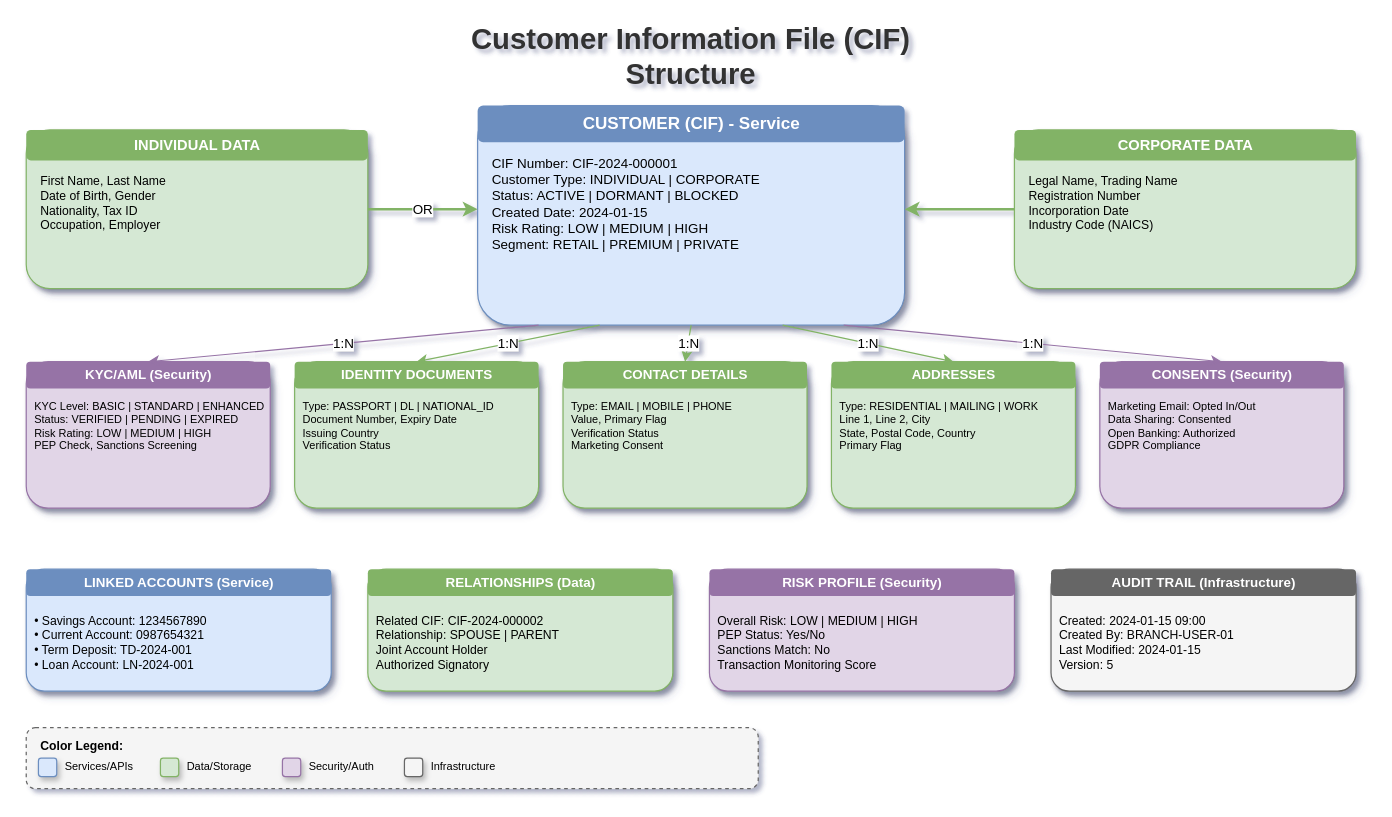
Earlier version of the draw.io diagram lesson-03-customer-management/03.0-customer-information-file.drawio (MrParkerZ7/document-lesson-core-banking-business-system-technology-x-claude). Source tidied: cells renumbered, new cells numbered last; positions are measured from the earlier drawing's top-left corner, leaving out a move shared by most shapes. Both pictures are drawn from the tidied source at 122%, with x=0, y=0 at pixel (26, 32).
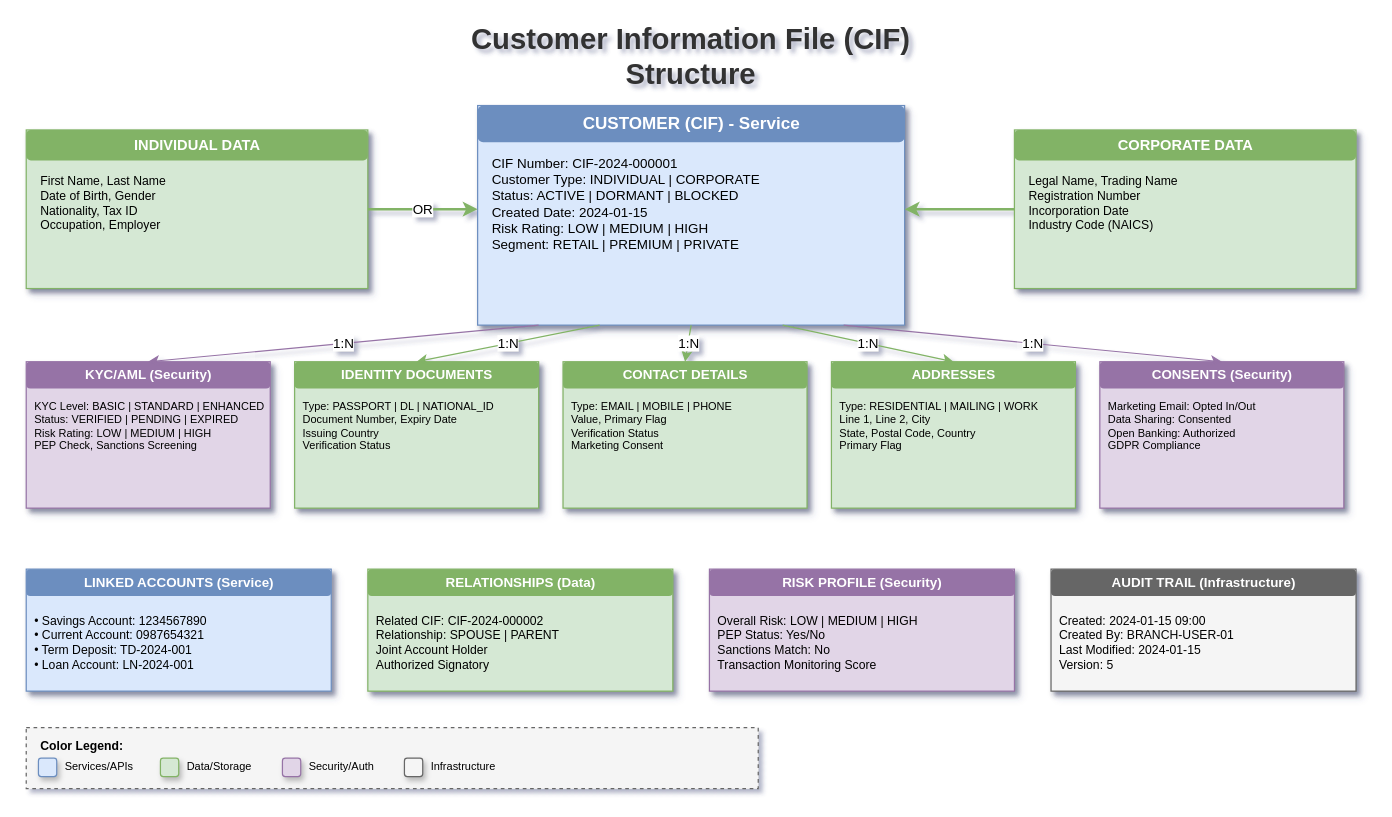
After the change.

The edit, as a diff of the source:
```diff
@@
-    <mxCell id="3" style="rounded=1;whiteSpace=wrap;html=1;fillColor=#dae8fc;strokeColor=#6c8ebf;shadow=1;" parent="1" vertex="1">
+    <mxCell id="3" style="rounded=0;whiteSpace=wrap;html=1;fillColor=#dae8fc;strokeColor=#6c8ebf;shadow=1;" parent="1" vertex="1">
       <mxGeometry x="370" y="60" width="350" height="180" as="geometry" />
     </mxCell>
@@
-    <mxCell id="6" style="rounded=1;whiteSpace=wrap;html=1;fillColor=#d5e8d4;strokeColor=#82b366;shadow=1;" parent="1" vertex="1">
+    <mxCell id="6" style="rounded=0;whiteSpace=wrap;html=1;fillColor=#d5e8d4;strokeColor=#82b366;shadow=1;" parent="1" vertex="1">
       <mxGeometry y="80" width="280" height="130" as="geometry" />
     </mxCell>
@@
-    <mxCell id="9" style="rounded=1;whiteSpace=wrap;html=1;fillColor=#d5e8d4;strokeColor=#82b366;shadow=1;" parent="1" vertex="1">
+    <mxCell id="9" style="rounded=0;whiteSpace=wrap;html=1;fillColor=#d5e8d4;strokeColor=#82b366;shadow=1;" parent="1" vertex="1">
       <mxGeometry x="810" y="80" width="280" height="130" as="geometry" />
     </mxCell>
@@
-    <mxCell id="14" style="rounded=1;whiteSpace=wrap;html=1;fillColor=#e1d5e7;strokeColor=#9673a6;shadow=1;" parent="1" vertex="1">
+    <mxCell id="14" style="rounded=0;whiteSpace=wrap;html=1;fillColor=#e1d5e7;strokeColor=#9673a6;shadow=1;" parent="1" vertex="1">
       <mxGeometry y="270" width="200" height="120" as="geometry" />
     </mxCell>
@@
-    <mxCell id="17" style="rounded=1;whiteSpace=wrap;html=1;fillColor=#d5e8d4;strokeColor=#82b366;shadow=1;" parent="1" vertex="1">
+    <mxCell id="17" style="rounded=0;whiteSpace=wrap;html=1;fillColor=#d5e8d4;strokeColor=#82b366;shadow=1;" parent="1" vertex="1">
       <mxGeometry x="220" y="270" width="200" height="120" as="geometry" />
     </mxCell>
@@
-    <mxCell id="20" style="rounded=1;whiteSpace=wrap;html=1;fillColor=#d5e8d4;strokeColor=#82b366;shadow=1;" parent="1" vertex="1">
+    <mxCell id="20" style="rounded=0;whiteSpace=wrap;html=1;fillColor=#d5e8d4;strokeColor=#82b366;shadow=1;" parent="1" vertex="1">
       <mxGeometry x="440" y="270" width="200" height="120" as="geometry" />
     </mxCell>
@@
-    <mxCell id="23" style="rounded=1;whiteSpace=wrap;html=1;fillColor=#d5e8d4;strokeColor=#82b366;shadow=1;" parent="1" vertex="1">
+    <mxCell id="23" style="rounded=0;whiteSpace=wrap;html=1;fillColor=#d5e8d4;strokeColor=#82b366;shadow=1;" parent="1" vertex="1">
       <mxGeometry x="660" y="270" width="200" height="120" as="geometry" />
     </mxCell>
@@
-    <mxCell id="26" style="rounded=1;whiteSpace=wrap;html=1;fillColor=#e1d5e7;strokeColor=#9673a6;shadow=1;" parent="1" vertex="1">
+    <mxCell id="26" style="rounded=0;whiteSpace=wrap;html=1;fillColor=#e1d5e7;strokeColor=#9673a6;shadow=1;" parent="1" vertex="1">
       <mxGeometry x="880" y="270" width="200" height="120" as="geometry" />
     </mxCell>
@@
-    <mxCell id="34" style="rounded=1;whiteSpace=wrap;html=1;fillColor=#dae8fc;strokeColor=#6c8ebf;shadow=1;" parent="1" vertex="1">
+    <mxCell id="34" style="rounded=0;whiteSpace=wrap;html=1;fillColor=#dae8fc;strokeColor=#6c8ebf;shadow=1;" parent="1" vertex="1">
       <mxGeometry y="440" width="250" height="100" as="geometry" />
     </mxCell>
@@
-    <mxCell id="37" style="rounded=1;whiteSpace=wrap;html=1;fillColor=#d5e8d4;strokeColor=#82b366;shadow=1;" parent="1" vertex="1">
+    <mxCell id="37" style="rounded=0;whiteSpace=wrap;html=1;fillColor=#d5e8d4;strokeColor=#82b366;shadow=1;" parent="1" vertex="1">
       <mxGeometry x="280" y="440" width="250" height="100" as="geometry" />
     </mxCell>
@@
-    <mxCell id="40" style="rounded=1;whiteSpace=wrap;html=1;fillColor=#e1d5e7;strokeColor=#9673a6;shadow=1;" parent="1" vertex="1">
+    <mxCell id="40" style="rounded=0;whiteSpace=wrap;html=1;fillColor=#e1d5e7;strokeColor=#9673a6;shadow=1;" parent="1" vertex="1">
       <mxGeometry x="560" y="440" width="250" height="100" as="geometry" />
     </mxCell>
@@
-    <mxCell id="43" style="rounded=1;whiteSpace=wrap;html=1;fillColor=#f5f5f5;strokeColor=#666666;shadow=1;" parent="1" vertex="1">
+    <mxCell id="43" style="rounded=0;whiteSpace=wrap;html=1;fillColor=#f5f5f5;strokeColor=#666666;shadow=1;" parent="1" vertex="1">
       <mxGeometry x="840" y="440" width="250" height="100" as="geometry" />
     </mxCell>
@@
-    <mxCell id="46" style="rounded=1;whiteSpace=wrap;html=1;fillColor=#f5f5f5;strokeColor=#666666;dashed=1;" parent="1" vertex="1">
+    <mxCell id="46" style="rounded=0;whiteSpace=wrap;html=1;fillColor=#f5f5f5;strokeColor=#666666;dashed=1;" parent="1" vertex="1">
       <mxGeometry y="570" width="600" height="50" as="geometry" />
     </mxCell>
```
